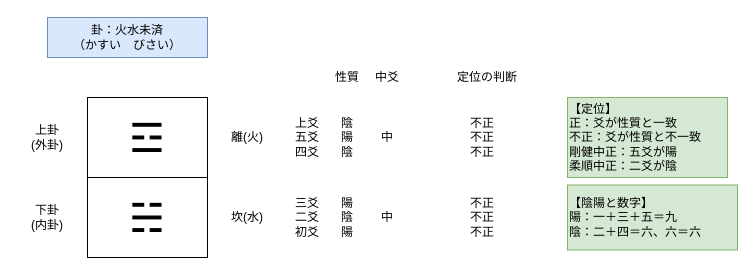
Above: qiia_eki3.drawio in YossyIto/booklog_drowio (draw.io), before the change. Source tidied: cells renumbered, new cells numbered last; positions are measured from the earlier drawing's top-left corner, leaving out a move shared by most shapes. Both pictures are drawn from the tidied source at 100%, with x=0, y=0 at pixel (17, 17).
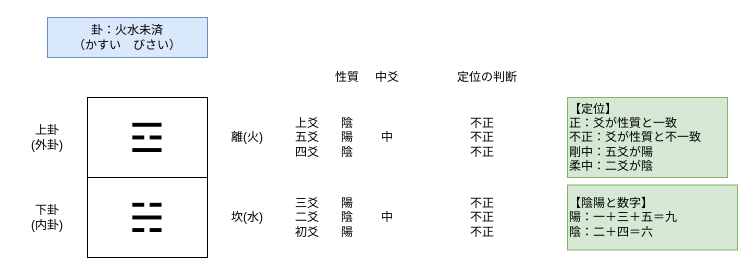
The same page after the edit.

Commit message:
qiia_eki3.drawio を更新します

Diff of the diagram source:
```diff
@@
-    <mxCell id="17" value="&lt;div&gt;【陰陽と数字】&lt;/div&gt;&lt;div&gt;陽：一＋三＋五＝九&lt;/div&gt;&lt;div&gt;陰：二＋四＝六、六＝六&lt;/div&gt;" style="text;html=1;align=left;verticalAlign=middle;whiteSpace=wrap;rounded=0;fillColor=#d5e8d4;strokeColor=#82b366;" parent="1" vertex="1">
+    <mxCell id="17" value="&lt;div&gt;【陰陽と数字】&lt;/div&gt;&lt;div&gt;陽：一＋三＋五＝九&lt;/div&gt;&lt;div&gt;陰：二＋四＝六&lt;/div&gt;" style="text;html=1;align=left;verticalAlign=middle;whiteSpace=wrap;rounded=0;fillColor=#d5e8d4;strokeColor=#82b366;" parent="1" vertex="1">
       <mxGeometry x="550" y="167.5" width="170" height="65" as="geometry" />
     </mxCell>
@@
-    <mxCell id="20" value="&lt;div&gt;【定位】&lt;/div&gt;&lt;div&gt;正：爻が性質と一致&lt;/div&gt;&lt;div&gt;不正：&lt;span style=&quot;background-color: transparent; color: light-dark(rgb(0, 0, 0), rgb(255, 255, 255));&quot;&gt;爻が性質と不一致&lt;/span&gt;&lt;/div&gt;剛健中正：五爻が陽&lt;div&gt;柔順中正：二爻が陰&lt;/div&gt;" style="text;html=1;align=left;verticalAlign=middle;whiteSpace=wrap;rounded=0;fillColor=#d5e8d4;strokeColor=#82b366;" parent="1" vertex="1">
+    <mxCell id="20" value="&lt;div&gt;【定位】&lt;/div&gt;&lt;div&gt;正：爻が性質と一致&lt;/div&gt;&lt;div&gt;不正：&lt;span style=&quot;background-color: transparent; color: light-dark(rgb(0, 0, 0), rgb(255, 255, 255));&quot;&gt;爻が性質と不一致&lt;/span&gt;&lt;/div&gt;剛中：五爻が陽&lt;div&gt;柔中：二爻が陰&lt;/div&gt;" style="text;html=1;align=left;verticalAlign=middle;whiteSpace=wrap;rounded=0;fillColor=#d5e8d4;strokeColor=#82b366;" parent="1" vertex="1">
       <mxGeometry x="550" y="80" width="160" height="80" as="geometry" />
     </mxCell>
```
